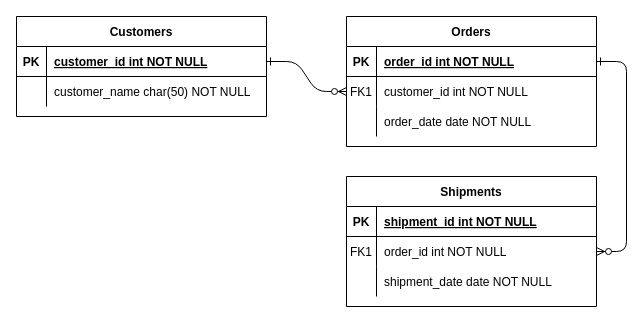
Before: 母线表.drawio in DylanCZW/algorithm-base, a draw.io diagram. Source tidied: cells renumbered, new cells numbered last; positions are measured from the earlier drawing's top-left corner, leaving out a move shared by most shapes. Both pictures are drawn from the tidied source at 100%, with x=0, y=0 at pixel (16, 16).
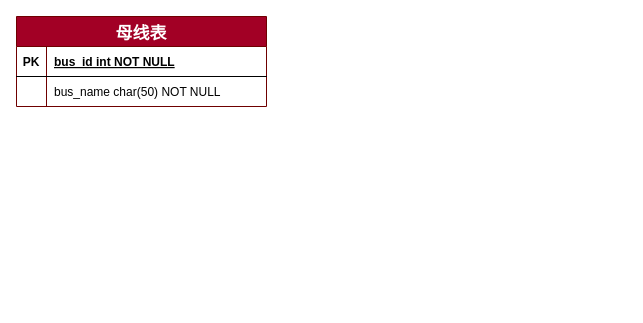
Above is the later version.

Commit message:
更新母线表.drawio

What changed in the source:
```diff
@@
-    <mxCell id="2" style="edgeStyle=entityRelationEdgeStyle;endArrow=ERzeroToMany;startArrow=ERone;endFill=1;startFill=0;" parent="1" edge="1" source="25" target="8">
-      <mxGeometry relative="1" as="geometry" />
-    </mxCell>
-    <mxCell id="3" style="edgeStyle=entityRelationEdgeStyle;endArrow=ERzeroToMany;startArrow=ERone;endFill=1;startFill=0;" parent="1" edge="1" source="5" target="18">
-      <mxGeometry relative="1" as="geometry" />
-    </mxCell>
-    <mxCell id="4" value="Orders" style="shape=table;startSize=30;childLayout=tableLayout;rowLines=0;fontStyle=1;align=center;" parent="1" vertex="1">
-      <mxGeometry x="330" width="250" height="130" as="geometry" />
-    </mxCell>
-    <mxCell id="5" style="shape=partialRectangle;fillColor=none;points=[[0,0.5],[1,0.5]];portConstraint=eastwest;top=0;left=0;right=0;bottom=1;" parent="4" vertex="1">
-      <mxGeometry y="30" width="250" height="30" as="geometry" />
-    </mxCell>
-    <mxCell id="6" value="PK" style="shape=partialRectangle;overflow=hidden;fillColor=none;top=0;left=0;bottom=0;right=0;fontStyle=1;" parent="5" vertex="1">
-      <mxGeometry width="30" height="30" as="geometry" />
-    </mxCell>
-    <mxCell id="7" value="order_id int NOT NULL " style="shape=partialRectangle;overflow=hidden;fillColor=none;top=0;left=0;bottom=0;right=0;align=left;spacingLeft=6;fontStyle=5;" parent="5" vertex="1">
-      <mxGeometry x="30" width="220" height="30" as="geometry" />
-    </mxCell>
-    <mxCell id="8" style="shape=partialRectangle;fillColor=none;points=[[0,0.5],[1,0.5]];portConstraint=eastwest;top=0;left=0;right=0;bottom=0;" parent="4" vertex="1">
-      <mxGeometry y="60" width="250" height="30" as="geometry" />
-    </mxCell>
-    <mxCell id="9" value="FK1" style="shape=partialRectangle;overflow=hidden;fillColor=none;top=0;left=0;bottom=0;right=0;" parent="8" vertex="1">
-      <mxGeometry width="30" height="30" as="geometry" />
-    </mxCell>
-    <mxCell id="10" value="customer_id int NOT NULL" style="shape=partialRectangle;overflow=hidden;fillColor=none;top=0;left=0;bottom=0;right=0;align=left;spacingLeft=6;" parent="8" vertex="1">
-      <mxGeometry x="30" width="220" height="30" as="geometry" />
-    </mxCell>
-    <mxCell id="11" style="shape=partialRectangle;fillColor=none;top=0;left=0;right=0;bottom=0;" parent="4" vertex="1">
-      <mxGeometry y="90" width="250" height="30" as="geometry" />
-    </mxCell>
-    <mxCell id="12" style="shape=partialRectangle;overflow=hidden;fillColor=none;top=0;left=0;bottom=0;right=0;" parent="11" vertex="1">
-      <mxGeometry width="30" height="30" as="geometry" />
-    </mxCell>
-    <mxCell id="13" value="order_date date NOT NULL" style="shape=partialRectangle;overflow=hidden;fillColor=none;top=0;left=0;bottom=0;right=0;align=left;spacingLeft=6;" parent="11" vertex="1">
-      <mxGeometry x="30" width="220" height="30" as="geometry" />
-    </mxCell>
-    <mxCell id="14" value="Shipments" style="shape=table;startSize=30;childLayout=tableLayout;rowLines=0;fontStyle=1;align=center;" parent="1" vertex="1">
-      <mxGeometry x="330" y="160" width="250" height="130" as="geometry" />
-    </mxCell>
-    <mxCell id="15" style="shape=partialRectangle;fillColor=none;top=0;left=0;right=0;bottom=1;" parent="14" vertex="1">
-      <mxGeometry y="30" width="250" height="30" as="geometry" />
-    </mxCell>
-    <mxCell id="16" value="PK" style="shape=partialRectangle;overflow=hidden;fillColor=none;top=0;left=0;bottom=0;right=0;fontStyle=1;" parent="15" vertex="1">
-      <mxGeometry width="30" height="30" as="geometry" />
-    </mxCell>
-    <mxCell id="17" value="shipment_id int NOT NULL " style="shape=partialRectangle;overflow=hidden;fillColor=none;top=0;left=0;bottom=0;right=0;align=left;spacingLeft=6;fontStyle=5;" parent="15" vertex="1">
-      <mxGeometry x="30" width="220" height="30" as="geometry" />
-    </mxCell>
-    <mxCell id="18" style="shape=partialRectangle;fillColor=none;points=[[0,0.5],[1,0.5]];portConstraint=eastwest;top=0;left=0;right=0;bottom=0;" parent="14" vertex="1">
-      <mxGeometry y="60" width="250" height="30" as="geometry" />
-    </mxCell>
-    <mxCell id="19" value="FK1" style="shape=partialRectangle;overflow=hidden;fillColor=none;top=0;left=0;bottom=0;right=0;" parent="18" vertex="1">
-      <mxGeometry width="30" height="30" as="geometry" />
-    </mxCell>
-    <mxCell id="20" value="order_id int NOT NULL" style="shape=partialRectangle;overflow=hidden;fillColor=none;top=0;left=0;bottom=0;right=0;align=left;spacingLeft=6;" parent="18" vertex="1">
-      <mxGeometry x="30" width="220" height="30" as="geometry" />
-    </mxCell>
-    <mxCell id="21" style="shape=partialRectangle;fillColor=none;top=0;left=0;right=0;bottom=0;" parent="14" vertex="1">
-      <mxGeometry y="90" width="250" height="30" as="geometry" />
-    </mxCell>
-    <mxCell id="22" style="shape=partialRectangle;overflow=hidden;fillColor=none;top=0;left=0;bottom=0;right=0;" parent="21" vertex="1">
-      <mxGeometry width="30" height="30" as="geometry" />
-    </mxCell>
-    <mxCell id="23" value="shipment_date date NOT NULL" style="shape=partialRectangle;overflow=hidden;fillColor=none;top=0;left=0;bottom=0;right=0;align=left;spacingLeft=6;" parent="21" vertex="1">
-      <mxGeometry x="30" width="220" height="30" as="geometry" />
-    </mxCell>
-    <mxCell id="24" value="Customers" style="shape=table;startSize=30;childLayout=tableLayout;rowLines=0;fontStyle=1;align=center;" parent="1" vertex="1">
-      <mxGeometry width="250" height="100" as="geometry" />
-    </mxCell>
-    <mxCell id="25" style="shape=partialRectangle;fillColor=none;points=[[0,0.5],[1,0.5]];portConstraint=eastwest;top=0;left=0;right=0;bottom=1;" parent="24" vertex="1">
-      <mxGeometry y="30" width="250" height="30" as="geometry" />
-    </mxCell>
-    <mxCell id="26" value="PK" style="shape=partialRectangle;overflow=hidden;fillColor=none;top=0;left=0;bottom=0;right=0;fontStyle=1;" parent="25" vertex="1">
-      <mxGeometry width="30" height="30" as="geometry" />
-    </mxCell>
-    <mxCell id="27" value="customer_id int NOT NULL " style="shape=partialRectangle;overflow=hidden;fillColor=none;top=0;left=0;bottom=0;right=0;align=left;spacingLeft=6;fontStyle=5;" parent="25" vertex="1">
-      <mxGeometry x="30" width="220" height="30" as="geometry" />
-    </mxCell>
-    <mxCell id="28" style="shape=partialRectangle;fillColor=none;top=0;left=0;right=0;bottom=0;" parent="24" vertex="1">
-      <mxGeometry y="60" width="250" height="30" as="geometry" />
-    </mxCell>
-    <mxCell id="29" style="shape=partialRectangle;overflow=hidden;fillColor=none;top=0;left=0;bottom=0;right=0;" parent="28" vertex="1">
-      <mxGeometry width="30" height="30" as="geometry" />
-    </mxCell>
-    <mxCell id="30" value="customer_name char(50) NOT NULL" style="shape=partialRectangle;overflow=hidden;fillColor=none;top=0;left=0;bottom=0;right=0;align=left;spacingLeft=6;" parent="28" vertex="1">
-      <mxGeometry x="30" width="220" height="30" as="geometry" />
-    </mxCell>
+    <mxCell id="31" value="母线表" style="shape=table;startSize=30;childLayout=tableLayout;rowLines=0;fontStyle=1;align=center;fillColor=#a20025;strokeColor=#6F0000;fontSize=17;fontColor=#ffffff;" parent="1" vertex="1">
+      <mxGeometry width="250" height="90" as="geometry" />
+    </mxCell>
+    <mxCell id="32" style="shape=partialRectangle;fillColor=none;top=0;left=0;right=0;bottom=1;" parent="31" vertex="1">
+      <mxGeometry y="30" width="250" height="30" as="geometry" />
+    </mxCell>
+    <mxCell id="33" value="PK" style="shape=partialRectangle;overflow=hidden;fillColor=none;top=0;left=0;bottom=0;right=0;fontStyle=1;" parent="32" vertex="1">
+      <mxGeometry width="30" height="30" as="geometry" />
+    </mxCell>
+    <mxCell id="34" value="bus_id int NOT NULL " style="shape=partialRectangle;overflow=hidden;fillColor=none;top=0;left=0;bottom=0;right=0;align=left;spacingLeft=6;fontStyle=5;" parent="32" vertex="1">
+      <mxGeometry x="30" width="220" height="30" as="geometry" />
+    </mxCell>
+    <mxCell id="35" style="shape=partialRectangle;fillColor=none;top=0;left=0;right=0;bottom=0;" parent="31" vertex="1">
+      <mxGeometry y="60" width="250" height="30" as="geometry" />
+    </mxCell>
+    <mxCell id="36" style="shape=partialRectangle;overflow=hidden;fillColor=none;top=0;left=0;bottom=0;right=0;" parent="35" vertex="1">
+      <mxGeometry width="30" height="30" as="geometry" />
+    </mxCell>
+    <mxCell id="37" value="bus_name char(50) NOT NULL" style="shape=partialRectangle;overflow=hidden;fillColor=none;top=0;left=0;bottom=0;right=0;align=left;spacingLeft=6;" parent="35" vertex="1">
+      <mxGeometry x="30" width="220" height="30" as="geometry" />
+    </mxCell>
```
